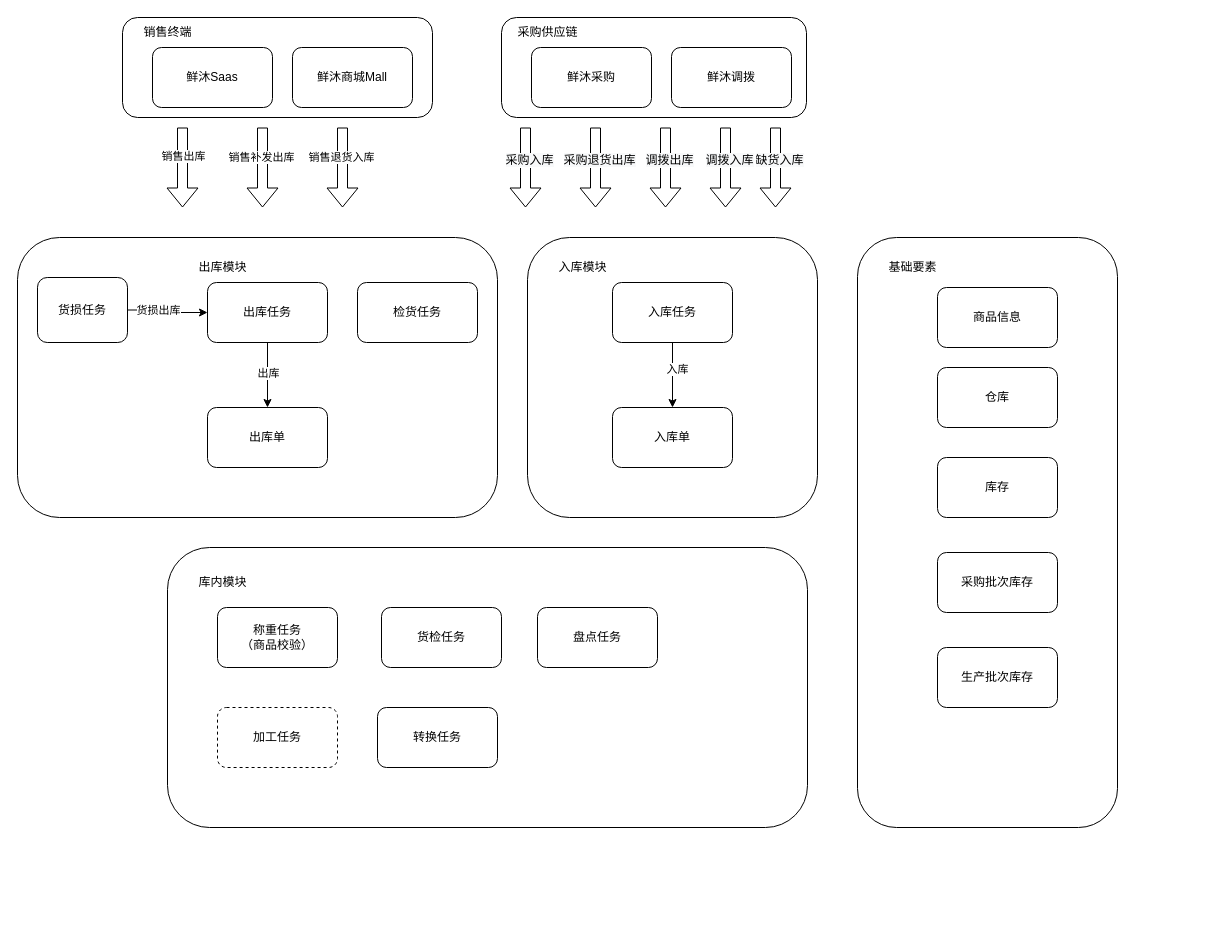
This is draw.io/xianmuwms.drawio from zzqfsy/zzqfsy.github.io, a draw.io file, before an edit. Source tidied: cells renumbered, new cells numbered last; positions are measured from the earlier drawing's top-left corner, leaving out a move shared by most shapes. Both pictures are drawn from the tidied source at 100%, with x=0, y=0 at pixel (17, 17).
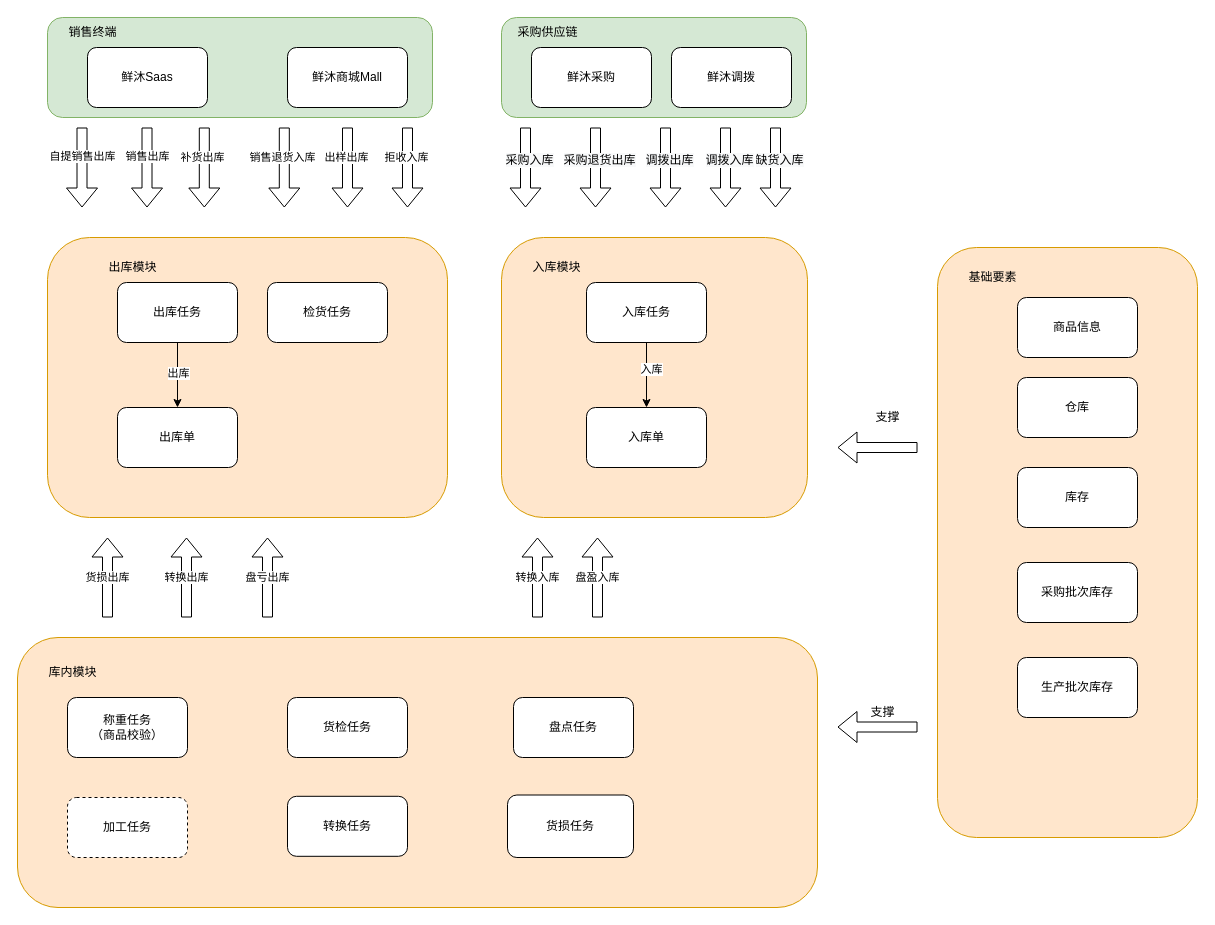
The same page after the edit.

Change to the diagram source:
```diff
@@
+    <mxCell id="40" style="rounded=1;whiteSpace=wrap;html=1;fillColor=#ffe6cc;strokeColor=#d79b00;" parent="1" vertex="1">
+      <mxGeometry y="620" width="800" height="270" as="geometry" />
+    </mxCell>
-    <mxCell id="2" style="rounded=1;whiteSpace=wrap;html=1;" parent="1" vertex="1">
+    <mxCell id="2" style="rounded=1;whiteSpace=wrap;html=1;fillColor=#d5e8d4;strokeColor=#82b366;" parent="1" vertex="1">
       <mxGeometry x="484" width="305" height="100" as="geometry" />
     </mxCell>
-    <mxCell id="3" style="rounded=1;whiteSpace=wrap;html=1;" parent="1" vertex="1">
-      <mxGeometry x="105" width="310" height="100" as="geometry" />
+    <mxCell id="3" style="rounded=1;whiteSpace=wrap;html=1;fillColor=#d5e8d4;strokeColor=#82b366;" parent="1" vertex="1">
+      <mxGeometry x="30" width="385" height="100" as="geometry" />
     </mxCell>
-    <mxCell id="4" style="rounded=1;whiteSpace=wrap;html=1;" parent="1" vertex="1">
-      <mxGeometry x="510" y="220" width="290" height="280" as="geometry" />
+    <mxCell id="4" style="rounded=1;whiteSpace=wrap;html=1;fillColor=#ffe6cc;strokeColor=#d79b00;" parent="1" vertex="1">
+      <mxGeometry x="484" y="220" width="306" height="280" as="geometry" />
     </mxCell>
     <mxCell id="5" value="鲜沐Saas" style="rounded=1;whiteSpace=wrap;html=1;" parent="1" vertex="1">
-      <mxGeometry x="135" y="30" width="120" height="60" as="geometry" />
+      <mxGeometry x="70" y="30" width="120" height="60" as="geometry" />
     </mxCell>
     <mxCell id="6" value="鲜沐商城Mall" style="rounded=1;whiteSpace=wrap;html=1;" parent="1" vertex="1">
-      <mxGeometry x="275" y="30" width="120" height="60" as="geometry" />
+      <mxGeometry x="270" y="30" width="120" height="60" as="geometry" />
     </mxCell>
@@
-    <mxCell id="9" style="rounded=1;whiteSpace=wrap;html=1;" parent="1" vertex="1">
-      <mxGeometry y="220" width="480" height="280" as="geometry" />
+    <mxCell id="9" style="rounded=1;whiteSpace=wrap;html=1;fillColor=#ffe6cc;strokeColor=#d79b00;" parent="1" vertex="1">
+      <mxGeometry x="30" y="220" width="400" height="280" as="geometry" />
     </mxCell>
@@
     <mxCell id="12" value="出库任务" style="rounded=1;whiteSpace=wrap;html=1;" parent="1" vertex="1">
-      <mxGeometry x="190" y="265" width="120" height="60" as="geometry" />
+      <mxGeometry x="100" y="265" width="120" height="60" as="geometry" />
     </mxCell>
@@
     <mxCell id="15" value="入库任务" style="rounded=1;whiteSpace=wrap;html=1;" parent="1" vertex="1">
-      <mxGeometry x="595" y="265" width="120" height="60" as="geometry" />
+      <mxGeometry x="569" y="265" width="120" height="60" as="geometry" />
     </mxCell>
     <mxCell id="16" value="出库模块" style="text;html=1;align=center;verticalAlign=middle;strokeColor=none;fillColor=none;" parent="1" vertex="1">
-      <mxGeometry x="170" y="235" width="70" height="30" as="geometry" />
+      <mxGeometry x="80" y="235" width="70" height="30" as="geometry" />
     </mxCell>
     <mxCell id="17" value="入库模块" style="text;html=1;align=center;verticalAlign=middle;strokeColor=none;fillColor=none;" parent="1" vertex="1">
-      <mxGeometry x="530" y="235" width="70" height="30" as="geometry" />
+      <mxGeometry x="504" y="235" width="70" height="30" as="geometry" />
     </mxCell>
     <mxCell id="18" value="出库单" style="rounded=1;whiteSpace=wrap;html=1;" parent="1" vertex="1">
-      <mxGeometry x="190" y="390" width="120" height="60" as="geometry" />
+      <mxGeometry x="100" y="390" width="120" height="60" as="geometry" />
     </mxCell>
     <mxCell id="19" value="入库单" style="rounded=1;whiteSpace=wrap;html=1;" parent="1" vertex="1">
-      <mxGeometry x="595" y="390" width="120" height="60" as="geometry" />
+      <mxGeometry x="569" y="390" width="120" height="60" as="geometry" />
     </mxCell>
     <mxCell id="20" style="shape=flexArrow;endArrow=classic;html=1;rounded=0;" parent="1" edge="1">
       <mxGeometry relative="1" as="geometry">
-        <mxPoint x="165" y="110" as="sourcePoint" />
-        <mxPoint x="165" y="190" as="targetPoint" />
+        <mxPoint x="129.5" y="110" as="sourcePoint" />
+        <mxPoint x="129.5" y="190" as="targetPoint" />
       </mxGeometry>
     </mxCell>
@@
     <mxCell id="22" style="shape=flexArrow;endArrow=classic;html=1;rounded=0;" parent="1" edge="1">
       <mxGeometry relative="1" as="geometry">
-        <mxPoint x="245" y="110" as="sourcePoint" />
-        <mxPoint x="245" y="190" as="targetPoint" />
+        <mxPoint x="186.8" y="110" as="sourcePoint" />
+        <mxPoint x="186.8" y="190" as="targetPoint" />
       </mxGeometry>
     </mxCell>
-    <mxCell id="23" value="销售补发出库" style="edgeLabel;html=1;align=center;verticalAlign=middle;" parent="22" vertex="1">
+    <mxCell id="23" value="补货出库" style="edgeLabel;html=1;align=center;verticalAlign=middle;" parent="22" vertex="1">
       <mxGeometry x="-0.28" y="-2" relative="1" as="geometry" />
     </mxCell>
@@
     <mxCell id="26" style="shape=flexArrow;endArrow=classic;html=1;rounded=0;" parent="1" edge="1">
       <mxGeometry relative="1" as="geometry">
-        <mxPoint x="325" y="110" as="sourcePoint" />
-        <mxPoint x="325" y="190" as="targetPoint" />
+        <mxPoint x="266.8" y="110" as="sourcePoint" />
+        <mxPoint x="266.8" y="190" as="targetPoint" />
       </mxGeometry>
     </mxCell>
@@
     <mxCell id="34" value="检货任务" style="rounded=1;whiteSpace=wrap;html=1;" parent="1" vertex="1">
-      <mxGeometry x="340" y="265" width="120" height="60" as="geometry" />
+      <mxGeometry x="250" y="265" width="120" height="60" as="geometry" />
     </mxCell>
-    <mxCell id="35" style="edgeStyle=orthogonalEdgeStyle;rounded=0;jettySize=auto;html=1;exitX=1;exitY=0.5;exitDx=0;exitDy=0;" parent="1" edge="1" source="37" target="12">
-      <mxGeometry relative="1" as="geometry" />
-    </mxCell>
-    <mxCell id="36" value="货损出库" style="edgeLabel;html=1;align=center;verticalAlign=middle;" parent="35" vertex="1">
-      <mxGeometry x="-0.28" y="1" relative="1" as="geometry">
-        <mxPoint y="1" as="offset" />
-      </mxGeometry>
-    </mxCell>
     <mxCell id="37" value="货损任务" style="rounded=1;whiteSpace=wrap;html=1;" parent="1" vertex="1">
-      <mxGeometry x="20" y="260" width="90" height="65" as="geometry" />
+      <mxGeometry x="490" y="777.5" width="126" height="62.5" as="geometry" />
     </mxCell>
@@
-    <mxCell id="40" style="rounded=1;whiteSpace=wrap;html=1;" parent="1" vertex="1">
-      <mxGeometry x="150" y="530" width="640" height="280" as="geometry" />
-    </mxCell>
     <mxCell id="41" value="库内模块" style="text;html=1;align=center;verticalAlign=middle;strokeColor=none;fillColor=none;" parent="1" vertex="1">
-      <mxGeometry x="170" y="550" width="70" height="30" as="geometry" />
+      <mxGeometry x="20" y="640" width="70" height="30" as="geometry" />
     </mxCell>
     <mxCell id="42" value="货检任务" style="rounded=1;whiteSpace=wrap;html=1;" parent="1" vertex="1">
-      <mxGeometry x="364" y="590" width="120" height="60" as="geometry" />
+      <mxGeometry x="270" y="680" width="120" height="60" as="geometry" />
     </mxCell>
     <mxCell id="43" value="转换任务" style="rounded=1;whiteSpace=wrap;html=1;" parent="1" vertex="1">
-      <mxGeometry x="360" y="690" width="120" height="60" as="geometry" />
+      <mxGeometry x="270" y="778.8" width="120" height="60" as="geometry" />
     </mxCell>
     <mxCell id="44" value="盘点任务" style="rounded=1;whiteSpace=wrap;html=1;" parent="1" vertex="1">
-      <mxGeometry x="520" y="590" width="120" height="60" as="geometry" />
+      <mxGeometry x="496" y="680" width="120" height="60" as="geometry" />
     </mxCell>
     <mxCell id="45" value="加工任务" style="rounded=1;whiteSpace=wrap;html=1;dashed=1;" parent="1" vertex="1">
-      <mxGeometry x="200" y="690" width="120" height="60" as="geometry" />
+      <mxGeometry x="50" y="780" width="120" height="60" as="geometry" />
     </mxCell>
     <mxCell id="46" value="称重任务&lt;br&gt;（商品校验）" style="rounded=1;whiteSpace=wrap;html=1;" parent="1" vertex="1">
-      <mxGeometry x="200" y="590" width="120" height="60" as="geometry" />
+      <mxGeometry x="50" y="680" width="120" height="60" as="geometry" />
     </mxCell>
-    <mxCell id="47" style="rounded=1;whiteSpace=wrap;html=1;" parent="1" vertex="1">
-      <mxGeometry x="840" y="220" width="260" height="590" as="geometry" />
+    <mxCell id="47" style="rounded=1;whiteSpace=wrap;html=1;fillColor=#ffe6cc;strokeColor=#d79b00;" parent="1" vertex="1">
+      <mxGeometry x="920" y="230" width="260" height="590" as="geometry" />
     </mxCell>
     <mxCell id="48" value="基础要素" style="text;html=1;align=center;verticalAlign=middle;strokeColor=none;fillColor=none;" parent="1" vertex="1">
-      <mxGeometry x="860" y="235" width="70" height="30" as="geometry" />
+      <mxGeometry x="940" y="245" width="70" height="30" as="geometry" />
     </mxCell>
     <mxCell id="49" value="商品信息" style="rounded=1;whiteSpace=wrap;html=1;" parent="1" vertex="1">
-      <mxGeometry x="920" y="270" width="120" height="60" as="geometry" />
+      <mxGeometry x="1000" y="280" width="120" height="60" as="geometry" />
     </mxCell>
     <mxCell id="50" value="仓库" style="rounded=1;whiteSpace=wrap;html=1;" parent="1" vertex="1">
-      <mxGeometry x="920" y="350" width="120" height="60" as="geometry" />
+      <mxGeometry x="1000" y="360" width="120" height="60" as="geometry" />
     </mxCell>
     <mxCell id="51" value="库存" style="rounded=1;whiteSpace=wrap;html=1;" parent="1" vertex="1">
-      <mxGeometry x="920" y="440" width="120" height="60" as="geometry" />
+      <mxGeometry x="1000" y="450" width="120" height="60" as="geometry" />
     </mxCell>
     <mxCell id="52" value="采购批次库存" style="rounded=1;whiteSpace=wrap;html=1;" parent="1" vertex="1">
-      <mxGeometry x="920" y="535" width="120" height="60" as="geometry" />
+      <mxGeometry x="1000" y="545" width="120" height="60" as="geometry" />
     </mxCell>
     <mxCell id="53" value="生产批次库存" style="rounded=1;whiteSpace=wrap;html=1;" parent="1" vertex="1">
-      <mxGeometry x="920" y="630" width="120" height="60" as="geometry" />
+      <mxGeometry x="1000" y="640" width="120" height="60" as="geometry" />
     </mxCell>
     <mxCell id="54" value="销售终端" style="text;html=1;align=center;verticalAlign=middle;strokeColor=none;fillColor=none;" parent="1" vertex="1">
-      <mxGeometry x="115" width="70" height="30" as="geometry" />
+      <mxGeometry x="40" width="70" height="30" as="geometry" />
     </mxCell>
@@
+    <mxCell id="56" style="shape=flexArrow;endArrow=classic;html=1;rounded=0;" parent="1" edge="1">
+      <mxGeometry relative="1" as="geometry">
+        <mxPoint x="330" y="110" as="sourcePoint" />
+        <mxPoint x="330" y="190" as="targetPoint" />
+      </mxGeometry>
+    </mxCell>
+    <mxCell id="57" value="出样出库" style="edgeLabel;html=1;align=center;verticalAlign=middle;" parent="56" vertex="1">
+      <mxGeometry x="-0.28" y="-2" relative="1" as="geometry" />
+    </mxCell>
+    <mxCell id="58" style="shape=flexArrow;endArrow=classic;html=1;rounded=0;" parent="1" edge="1">
+      <mxGeometry relative="1" as="geometry">
+        <mxPoint x="64.5" y="110" as="sourcePoint" />
+        <mxPoint x="64.5" y="190" as="targetPoint" />
+      </mxGeometry>
+    </mxCell>
+    <mxCell id="59" value="自提销售出库" style="edgeLabel;html=1;align=center;verticalAlign=middle;" parent="58" vertex="1">
+      <mxGeometry x="-0.3" relative="1" as="geometry" />
+    </mxCell>
+    <mxCell id="60" style="shape=flexArrow;endArrow=classic;html=1;rounded=0;" parent="1" edge="1">
+      <mxGeometry relative="1" as="geometry">
+        <mxPoint x="900" y="430" as="sourcePoint" />
+        <mxPoint x="820" y="430" as="targetPoint" />
+      </mxGeometry>
+    </mxCell>
+    <mxCell id="61" value="支撑" style="text;html=1;align=center;verticalAlign=middle;strokeColor=none;fillColor=none;" parent="1" vertex="1">
+      <mxGeometry x="845" y="385" width="50" height="30" as="geometry" />
+    </mxCell>
+    <mxCell id="62" style="shape=flexArrow;endArrow=classic;html=1;rounded=0;" parent="1" edge="1">
+      <mxGeometry relative="1" as="geometry">
+        <mxPoint x="900" y="709.5" as="sourcePoint" />
+        <mxPoint x="820" y="709.5" as="targetPoint" />
+      </mxGeometry>
+    </mxCell>
+    <mxCell id="36" value="货损出库" style="shape=flexArrow;endArrow=classic;html=1;rounded=0;" parent="1" edge="1">
+      <mxGeometry relative="1" as="geometry">
+        <mxPoint x="90" y="600" as="sourcePoint" />
+        <mxPoint x="90" y="520" as="targetPoint" />
+      </mxGeometry>
+    </mxCell>
+    <mxCell id="63" value="转换出库" style="shape=flexArrow;endArrow=classic;html=1;rounded=0;" parent="1" edge="1">
+      <mxGeometry relative="1" as="geometry">
+        <mxPoint x="169" y="600" as="sourcePoint" />
+        <mxPoint x="169" y="520" as="targetPoint" />
+      </mxGeometry>
+    </mxCell>
+    <mxCell id="64" value="转换入库" style="shape=flexArrow;endArrow=classic;html=1;rounded=0;" parent="1" edge="1">
+      <mxGeometry relative="1" as="geometry">
+        <mxPoint x="520" y="600" as="sourcePoint" />
+        <mxPoint x="520" y="520" as="targetPoint" />
+      </mxGeometry>
+    </mxCell>
+    <mxCell id="65" value="盘亏出库" style="shape=flexArrow;endArrow=classic;html=1;rounded=0;" parent="1" edge="1">
+      <mxGeometry relative="1" as="geometry">
+        <mxPoint x="250" y="600" as="sourcePoint" />
+        <mxPoint x="250" y="520" as="targetPoint" />
+      </mxGeometry>
+    </mxCell>
+    <mxCell id="66" value="盘盈入库" style="shape=flexArrow;endArrow=classic;html=1;rounded=0;" parent="1" edge="1">
+      <mxGeometry relative="1" as="geometry">
+        <mxPoint x="580" y="600" as="sourcePoint" />
+        <mxPoint x="580" y="520" as="targetPoint" />
+      </mxGeometry>
+    </mxCell>
+    <mxCell id="67" style="shape=flexArrow;endArrow=classic;html=1;rounded=0;" parent="1" edge="1">
+      <mxGeometry relative="1" as="geometry">
+        <mxPoint x="390" y="110" as="sourcePoint" />
+        <mxPoint x="390" y="190" as="targetPoint" />
+      </mxGeometry>
+    </mxCell>
+    <mxCell id="68" value="拒收入库" style="edgeLabel;html=1;align=center;verticalAlign=middle;" parent="67" vertex="1">
+      <mxGeometry x="-0.28" y="-2" relative="1" as="geometry" />
+    </mxCell>
+    <mxCell id="69" value="支撑" style="text;html=1;align=center;verticalAlign=middle;strokeColor=none;fillColor=none;" parent="1" vertex="1">
+      <mxGeometry x="840" y="680" width="50" height="30" as="geometry" />
+    </mxCell>
```
